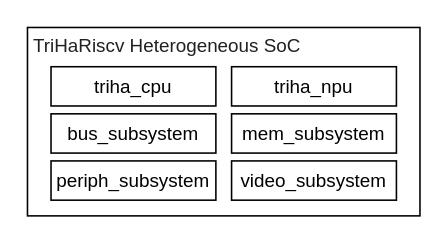
The draw.io diagram page "SoC Top Level" (2 of 15) of docs/technical-report/figure/rv32-soc.drawio in wan-yuanxing/TriHaRiscv-v3, before the edit. Source tidied: cells renumbered, new cells numbered last; positions are measured from the earlier drawing's top-left corner, leaving out a move shared by most shapes. Both pictures are drawn from the tidied source at 157%, with x=0, y=0 at pixel (27, 27).
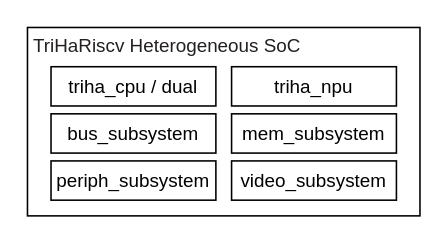
After the change.

What changed in the source:
```diff
@@
 <mxGraphModel>
   <root>
     <mxCell id="0" />
     <mxCell id="1" parent="0" />
     <mxCell id="2" style="rounded=0;whiteSpace=wrap;html=1;" parent="1" vertex="1">
       <mxGeometry width="250" height="120" as="geometry" />
     </mxCell>
     <mxCell id="3" value="&lt;div style=&quot;line-height: 18px;&quot;&gt;&lt;span style=&quot;font-weight: normal;&quot;&gt;&lt;font style=&quot;font-size: 12px;&quot;&gt;TriHaRiscv&amp;nbsp;&lt;/font&gt;&lt;/span&gt;&lt;span style=&quot;background-color: transparent; color: light-dark(rgb(35, 31, 32), rgb(212, 209, 209)); font-weight: normal;&quot;&gt;&lt;font style=&quot;font-size: 12px;&quot;&gt;Heterogeneous&amp;nbsp;&lt;/font&gt;&lt;/span&gt;&lt;span style=&quot;font-size: 12px; font-weight: normal; background-color: transparent; color: light-dark(rgb(35, 31, 32), rgb(212, 209, 209));&quot;&gt;SoC&lt;/span&gt;&lt;/div&gt;" style="text;rounded=0;whiteSpace=wrap;html=1;strokeColor=none;fillColor=none;fontColor=#231F20;fontFamily=Helvetica;fontSize=15;align=center;verticalAlign=middle;spacing=0;shadow=0;align=left;fontStyle=1;fontSize=18;" parent="1" vertex="1">
       <mxGeometry x="5" y="1" width="115" height="19" as="geometry">
         <mxPoint x="-1" y="-1" as="offset" />
       </mxGeometry>
     </mxCell>
-    <mxCell id="4" value="triha_cpu" style="rounded=0;whiteSpace=wrap;html=1;" parent="1" vertex="1">
+    <mxCell id="4" value="triha_cpu / dual" style="rounded=0;whiteSpace=wrap;html=1;fontSize=12;" parent="1" vertex="1">
       <mxGeometry x="15" y="25" width="105" height="25" as="geometry" />
     </mxCell>
     <mxCell id="5" value="triha_npu" style="rounded=0;whiteSpace=wrap;html=1;" parent="1" vertex="1">
       <mxGeometry x="130" y="25" width="105" height="25" as="geometry" />
     </mxCell>
     <mxCell id="6" value="bus_subsystem" style="rounded=0;whiteSpace=wrap;html=1;" parent="1" vertex="1">
       <mxGeometry x="15" y="55" width="105" height="25" as="geometry" />
     </mxCell>
     <mxCell id="7" value="mem_subsystem" style="rounded=0;whiteSpace=wrap;html=1;" parent="1" vertex="1">
       <mxGeometry x="130" y="55" width="105" height="25" as="geometry" />
     </mxCell>
     <mxCell id="8" value="periph_subsystem" style="rounded=0;whiteSpace=wrap;html=1;" parent="1" vertex="1">
       <mxGeometry x="15" y="85" width="105" height="25" as="geometry" />
     </mxCell>
     <mxCell id="9" value="video_subsystem" style="rounded=0;whiteSpace=wrap;html=1;" parent="1" vertex="1">
       <mxGeometry x="130" y="85" width="105" height="25" as="geometry" />
     </mxCell>
   </root>
 </mxGraphModel>
```
